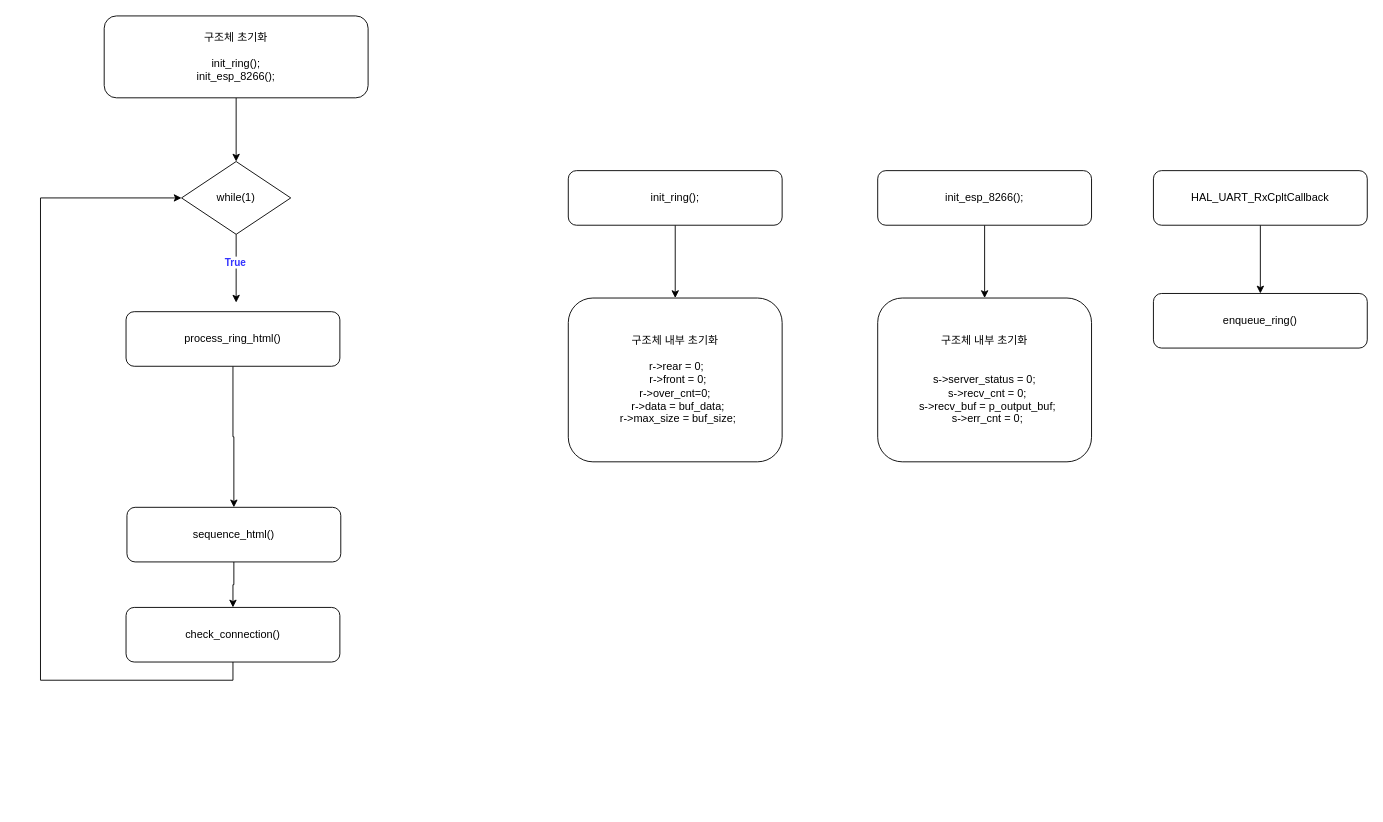
qfe051/L412_SelfTest_1_19 keeps this draw.io diagram as page "main()" (1 of 3) of 22_flowchart/esp8266_v3.drawio. Above is the earlier version. Source tidied: cells renumbered, new cells numbered last; positions are measured from the earlier drawing's top-left corner, leaving out a move shared by most shapes. Both pictures are drawn from the tidied source at 91%, with x=0, y=0 at pixel (40, 15).
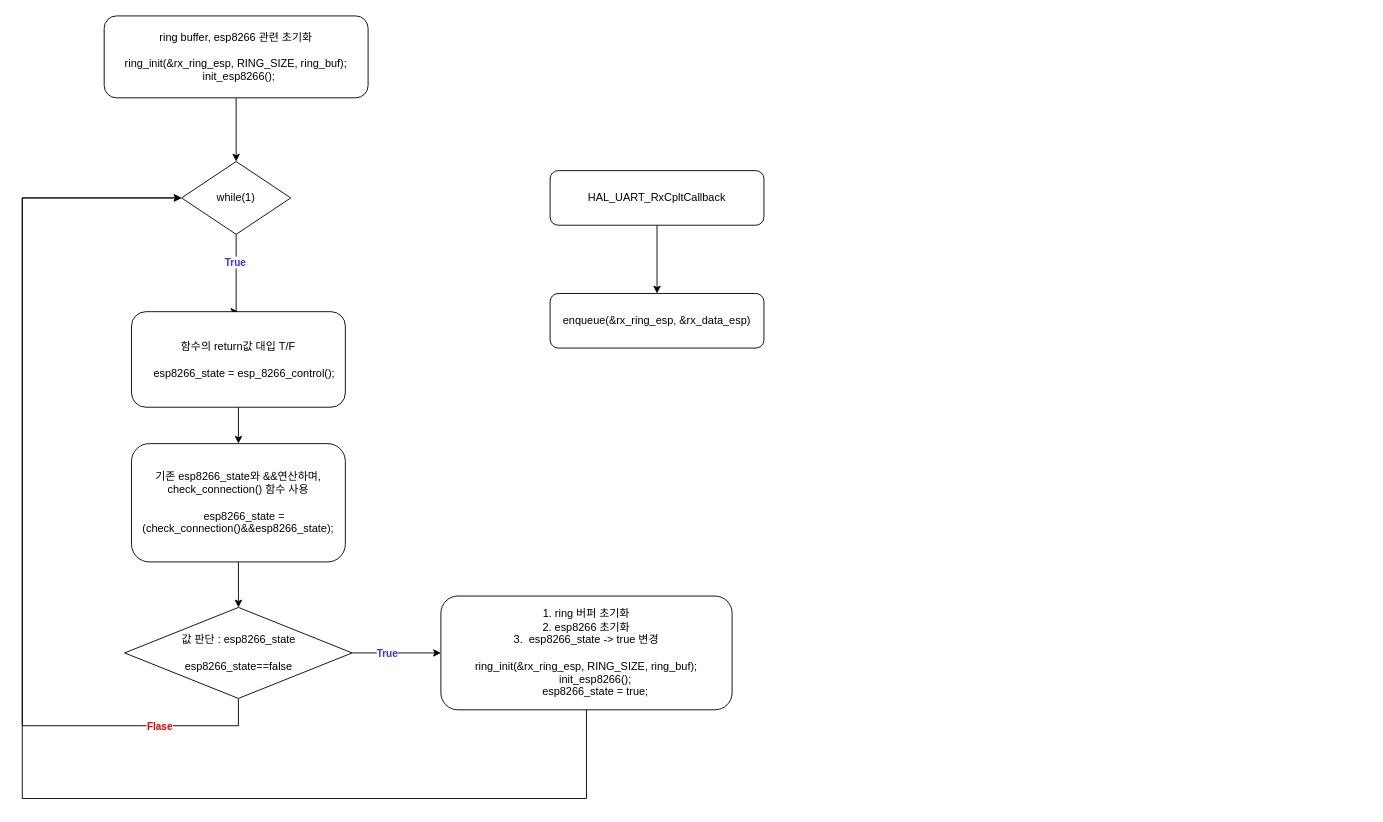
After the change.

The change refers to these unchanged cells:
```xml
<mxCell id="14" value="while(1)" style="rhombus;whiteSpace=wrap;html=1;" parent="1" vertex="1">
  <mxGeometry x="155" y="160" width="120" height="80" as="geometry" />
</mxCell>
```

What changed in the source:
```diff
@@
     <mxCell id="3" value="HAL_UART_RxCpltCallback" style="rounded=1;whiteSpace=wrap;html=1;" parent="1" vertex="1">
-      <mxGeometry x="1223" y="170" width="235" height="60" as="geometry" />
+      <mxGeometry x="560" y="170" width="235" height="60" as="geometry" />
     </mxCell>
-    <mxCell id="4" value="enqueue_ring()" style="rounded=1;whiteSpace=wrap;html=1;" parent="1" vertex="1">
-      <mxGeometry x="1223" y="305" width="235" height="60" as="geometry" />
+    <mxCell id="4" value="enqueue(&amp;amp;rx_ring_esp, &amp;amp;rx_data_esp)" style="rounded=1;whiteSpace=wrap;html=1;" parent="1" vertex="1">
+      <mxGeometry x="560" y="305" width="235" height="60" as="geometry" />
     </mxCell>
-    <mxCell id="5" style="edgeStyle=orthogonalEdgeStyle;rounded=0;jettySize=auto;html=1;exitX=0.5;exitY=1;exitDx=0;exitDy=0;" parent="1" edge="1" source="6" target="7">
-      <mxGeometry relative="1" as="geometry" />
-    </mxCell>
-    <mxCell id="6" value="init_ring();" style="rounded=1;whiteSpace=wrap;html=1;" parent="1" vertex="1">
-      <mxGeometry x="580" y="170" width="235" height="60" as="geometry" />
-    </mxCell>
-    <mxCell id="7" value="구조체 내부 초기화&lt;div&gt;&lt;br&gt;&lt;div&gt;&lt;div&gt;&amp;nbsp;r-&amp;gt;rear = 0;&lt;/div&gt;&lt;div&gt;&amp;nbsp; r-&amp;gt;front = 0;&lt;/div&gt;&lt;div&gt;r-&amp;gt;over_cnt=0;&lt;/div&gt;&lt;div&gt;&amp;nbsp; r-&amp;gt;data = buf_data;&lt;/div&gt;&lt;div&gt;&amp;nbsp; r-&amp;gt;max_size = buf_size;&lt;/div&gt;&lt;/div&gt;&lt;/div&gt;" style="rounded=1;whiteSpace=wrap;html=1;" parent="1" vertex="1">
-      <mxGeometry x="580" y="310" width="235" height="180" as="geometry" />
-    </mxCell>
-    <mxCell id="8" style="edgeStyle=orthogonalEdgeStyle;rounded=0;jettySize=auto;html=1;exitX=0.5;exitY=1;exitDx=0;exitDy=0;" parent="1" edge="1" source="9" target="10">
-      <mxGeometry relative="1" as="geometry" />
-    </mxCell>
-    <mxCell id="9" value="init_esp_8266();" style="rounded=1;whiteSpace=wrap;html=1;" parent="1" vertex="1">
-      <mxGeometry x="920" y="170" width="235" height="60" as="geometry" />
-    </mxCell>
-    <mxCell id="10" value="구조체 내부 초기화&lt;div&gt;&lt;br&gt;&lt;/div&gt;&lt;div&gt;&lt;br&gt;&lt;div&gt;&lt;div&gt;s-&amp;gt;server_status = 0;&lt;/div&gt;&lt;div&gt;&amp;nbsp; s-&amp;gt;recv_cnt = 0;&lt;/div&gt;&lt;div&gt;&amp;nbsp; s-&amp;gt;recv_buf = p_output_buf;&lt;/div&gt;&lt;div&gt;&amp;nbsp; s-&amp;gt;err_cnt = 0;&lt;/div&gt;&lt;/div&gt;&lt;/div&gt;" style="rounded=1;whiteSpace=wrap;html=1;" parent="1" vertex="1">
-      <mxGeometry x="920" y="310" width="235" height="180" as="geometry" />
-    </mxCell>
@@
-    <mxCell id="12" value="구조체 초기화&lt;div&gt;&lt;div&gt;&lt;br&gt;&lt;/div&gt;&lt;div&gt;init_ring();&lt;/div&gt;&lt;div&gt;init_esp_8266();&lt;/div&gt;&lt;/div&gt;" style="rounded=1;whiteSpace=wrap;html=1;" parent="1" vertex="1">
+    <mxCell id="12" value="ring buffer, esp8266 관련 초기화&lt;br&gt;&lt;div&gt;&lt;div&gt;&lt;br&gt;&lt;/div&gt;&lt;div&gt;&lt;div&gt;ring_init(&amp;amp;rx_ring_esp, RING_SIZE, ring_buf);&lt;/div&gt;&lt;div&gt;&amp;nbsp; init_esp8266();&lt;/div&gt;&lt;/div&gt;&lt;/div&gt;" style="rounded=1;whiteSpace=wrap;html=1;" parent="1" vertex="1">
       <mxGeometry x="70" width="290" height="90" as="geometry" />
     </mxCell>
-    <mxCell id="13" style="edgeStyle=orthogonalEdgeStyle;rounded=0;jettySize=auto;html=1;exitX=0.5;exitY=1;exitDx=0;exitDy=0;" parent="1" edge="1" source="14">
+    <mxCell id="13" style="edgeStyle=orthogonalEdgeStyle;rounded=0;jettySize=auto;html=1;exitX=0.5;exitY=1;exitDx=0;exitDy=0;entryX=0.5;entryY=0;entryDx=0;entryDy=0;" parent="1" edge="1" source="14" target="21">
       <mxGeometry relative="1" as="geometry">
-        <mxPoint x="215" y="315" as="targetPoint" />
+        <Array as="points">
+          <mxPoint x="215" y="325" />
+        </Array>
       </mxGeometry>
     </mxCell>
@@
-    <mxCell id="15" style="edgeStyle=orthogonalEdgeStyle;rounded=0;jettySize=auto;html=1;exitX=0.5;exitY=1;exitDx=0;exitDy=0;entryX=0.5;entryY=0;entryDx=0;entryDy=0;" parent="1" edge="1" source="16" target="18">
-      <mxGeometry relative="1" as="geometry" />
-    </mxCell>
+    <mxCell id="22" style="edgeStyle=orthogonalEdgeStyle;rounded=0;jettySize=auto;html=1;exitX=0.5;exitY=1;exitDx=0;exitDy=0;entryX=0.5;entryY=0;entryDx=0;entryDy=0;" parent="1" edge="1" source="16" target="25">
+      <mxGeometry relative="1" as="geometry" />
+    </mxCell>
-    <mxCell id="16" value="sequence_html()" style="rounded=1;whiteSpace=wrap;html=1;" parent="1" vertex="1">
-      <mxGeometry x="95" y="540" width="235" height="60" as="geometry" />
+    <mxCell id="16" value="&lt;div&gt;기존 esp8266_state와 &amp;amp;&amp;amp;연산하며, check_connection() 함수 사용&lt;/div&gt;&lt;div&gt;&lt;br&gt;&lt;/div&gt;&lt;div&gt;&amp;nbsp; &amp;nbsp; esp8266_state = (check_connection()&amp;amp;&amp;amp;esp8266_state);&lt;/div&gt;" style="rounded=1;whiteSpace=wrap;html=1;" parent="1" vertex="1">
+      <mxGeometry x="100" y="470" width="235" height="130" as="geometry" />
     </mxCell>
-    <mxCell id="17" style="edgeStyle=orthogonalEdgeStyle;rounded=0;jettySize=auto;html=1;exitX=0.5;exitY=1;exitDx=0;exitDy=0;entryX=0;entryY=0.5;entryDx=0;entryDy=0;" parent="1" edge="1" source="18" target="14">
-      <mxGeometry relative="1" as="geometry">
-        <Array as="points">
-          <mxPoint x="212" y="730" />
-          <mxPoint y="730" />
-          <mxPoint y="200" />
-        </Array>
-      </mxGeometry>
-    </mxCell>
-    <mxCell id="18" value="check_connection()" style="rounded=1;whiteSpace=wrap;html=1;" parent="1" vertex="1">
-      <mxGeometry x="94" y="650" width="235" height="60" as="geometry" />
-    </mxCell>
@@
-    <mxCell id="21" value="process_ring_html()" style="rounded=1;whiteSpace=wrap;html=1;" parent="1" vertex="1">
-      <mxGeometry x="94" y="325" width="235" height="60" as="geometry" />
+    <mxCell id="21" value="&lt;div&gt;함수의 return값 대입 T/F&lt;/div&gt;&lt;div&gt;&lt;br&gt;&lt;/div&gt;&lt;div&gt;&amp;nbsp; &amp;nbsp; esp8266_state = esp_8266_control();&lt;/div&gt;" style="rounded=1;whiteSpace=wrap;html=1;" parent="1" vertex="1">
+      <mxGeometry x="100" y="325" width="235" height="105" as="geometry" />
     </mxCell>
+    <mxCell id="23" style="edgeStyle=orthogonalEdgeStyle;rounded=0;jettySize=auto;html=1;entryX=0;entryY=0.5;entryDx=0;entryDy=0;exitX=0.5;exitY=1;exitDx=0;exitDy=0;" parent="1" edge="1" source="25" target="14">
+      <mxGeometry relative="1" as="geometry">
+        <Array as="points">
+          <mxPoint x="218" y="780" />
+          <mxPoint x="-20" y="780" />
+          <mxPoint x="-20" y="200" />
+        </Array>
+      </mxGeometry>
+    </mxCell>
+    <mxCell id="24" style="edgeStyle=orthogonalEdgeStyle;rounded=0;jettySize=auto;html=1;exitX=1;exitY=0.5;exitDx=0;exitDy=0;entryX=0;entryY=0.5;entryDx=0;entryDy=0;" parent="1" edge="1" source="25" target="27">
+      <mxGeometry relative="1" as="geometry" />
+    </mxCell>
+    <mxCell id="25" value="&lt;div&gt;값 판단 : esp8266_state&lt;/div&gt;&lt;div&gt;&lt;br&gt;&lt;/div&gt;esp8266_state==false" style="rhombus;whiteSpace=wrap;html=1;" parent="1" vertex="1">
+      <mxGeometry x="92.5" y="650" width="250" height="100" as="geometry" />
+    </mxCell>
+    <mxCell id="26" style="edgeStyle=orthogonalEdgeStyle;rounded=0;jettySize=auto;html=1;exitX=0.5;exitY=1;exitDx=0;exitDy=0;entryX=0;entryY=0.5;entryDx=0;entryDy=0;" parent="1" edge="1" source="27" target="14">
+      <mxGeometry relative="1" as="geometry">
+        <Array as="points">
+          <mxPoint x="600" y="860" />
+          <mxPoint x="-20" y="860" />
+          <mxPoint x="-20" y="200" />
+        </Array>
+      </mxGeometry>
+    </mxCell>
+    <mxCell id="27" value="&lt;div&gt;1. ring 버퍼 초기화&lt;br&gt;2. esp8266 초기화&lt;br&gt;3.&amp;nbsp;&lt;span style=&quot;background-color: transparent; color: light-dark(rgb(0, 0, 0), rgb(255, 255, 255));&quot;&gt;&amp;nbsp;&lt;/span&gt;&lt;span style=&quot;background-color: transparent; color: light-dark(rgb(0, 0, 0), rgb(255, 255, 255));&quot;&gt;esp8266_state -&amp;gt; true 변경&lt;/span&gt;&lt;/div&gt;&lt;div&gt;&lt;span style=&quot;background-color: transparent; color: light-dark(rgb(0, 0, 0), rgb(255, 255, 255));&quot;&gt;&lt;br&gt;&lt;/span&gt;&lt;/div&gt;&lt;div&gt;&lt;div&gt;ring_init(&amp;amp;rx_ring_esp, RING_SIZE, ring_buf);&lt;/div&gt;&lt;div&gt;&amp;nbsp; &amp;nbsp; &amp;nbsp; init_esp8266();&lt;/div&gt;&lt;div&gt;&amp;nbsp; &amp;nbsp; &amp;nbsp; esp8266_state = true;&lt;/div&gt;&lt;/div&gt;" style="rounded=1;whiteSpace=wrap;html=1;" parent="1" vertex="1">
+      <mxGeometry x="440" y="637.5" width="320" height="125" as="geometry" />
+    </mxCell>
+    <mxCell id="28" value="Flase" style="edgeLabel;html=1;align=center;verticalAlign=middle;fontStyle=1;fontColor=#FF0000;" parent="1" vertex="1">
+      <mxGeometry x="156" y="823" as="geometry">
+        <mxPoint x="-26" y="-43" as="offset" />
+      </mxGeometry>
+    </mxCell>
+    <mxCell id="29" value="&lt;font style=&quot;color: rgb(51, 51, 255);&quot;&gt;True&lt;/font&gt;" style="edgeLabel;html=1;align=center;verticalAlign=middle;fontStyle=1;" parent="1" vertex="1">
+      <mxGeometry x="437" y="740" as="geometry">
+        <mxPoint x="-57" y="-40" as="offset" />
+      </mxGeometry>
+    </mxCell>
```
